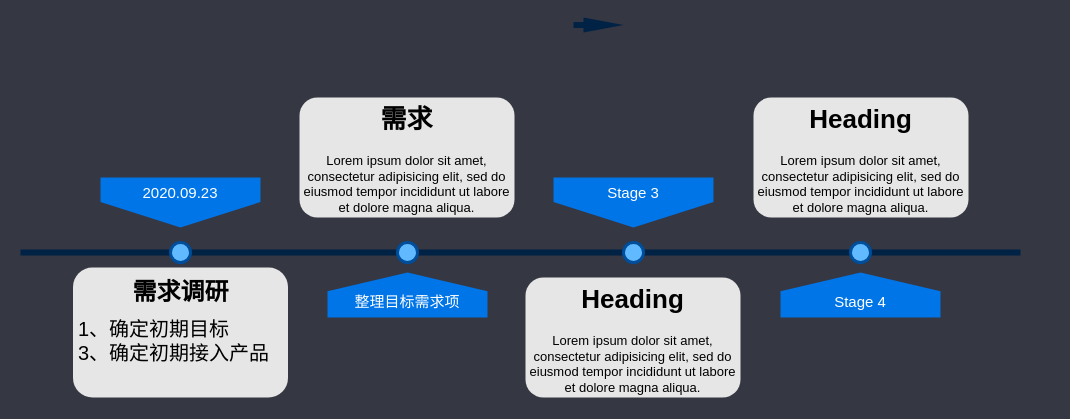
This is page "计划-时间节点" (4 of 6) of files/业务流转.drawio from hezhongfeng/DRAWIO, a draw.io file, before an edit. Source tidied: cells renumbered, new cells numbered last; positions are measured from the earlier drawing's top-left corner, leaving out a move shared by most shapes. Both pictures are drawn from the tidied source at 100%, with x=0, y=0 at pixel (20, 17).
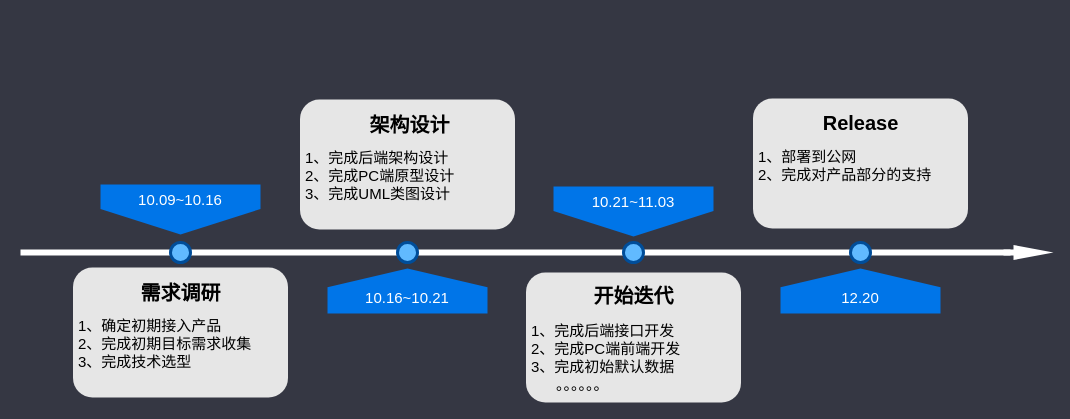
Above is the later version.

Diff of the diagram source:
```diff
@@
 <mxGraphModel background="#353743">
   <root>
     <mxCell id="0" />
     <mxCell id="1" parent="0" />
-    <mxCell id="2" style="line;strokeWidth=6;html=1;fillColor=none;fontSize=28;fontColor=#004D99;strokeColor=#002245;" parent="1" vertex="1">
-      <mxGeometry y="230" width="1000" height="10" as="geometry" />
+    <mxCell id="2" style="line;strokeWidth=6;html=1;fillColor=none;fontSize=28;fontColor=#004D99;strokeColor=#FFFFFF;" parent="1" vertex="1">
+      <mxGeometry y="230" width="990" height="10" as="geometry" />
     </mxCell>
-    <mxCell id="3" value="2020.09.23" style="shape=offPageConnector;whiteSpace=wrap;html=1;fillColor=#0075E8;fontSize=15;fontColor=#FFFFFF;size=0.5093750000000015;verticalAlign=top;strokeColor=none;" parent="1" vertex="1">
-      <mxGeometry x="80" y="160" width="160" height="50" as="geometry" />
+    <mxCell id="3" value="10.09~10.16" style="shape=offPageConnector;whiteSpace=wrap;html=1;fillColor=#0075E8;fontSize=15;fontColor=#FFFFFF;size=0.5093750000000015;verticalAlign=top;strokeColor=none;" parent="1" vertex="1">
+      <mxGeometry x="80" y="167" width="160" height="50" as="geometry" />
     </mxCell>
-    <mxCell id="4" value="&lt;span&gt;Stage 3&lt;/span&gt;" style="shape=offPageConnector;whiteSpace=wrap;html=1;fillColor=#0075E8;fontSize=15;fontColor=#FFFFFF;size=0.5093750000000015;verticalAlign=top;strokeColor=none;" parent="1" vertex="1">
-      <mxGeometry x="533" y="160" width="160" height="50" as="geometry" />
+    <mxCell id="4" value="10.21~11.03" style="shape=offPageConnector;whiteSpace=wrap;html=1;fillColor=#0075E8;fontSize=15;fontColor=#FFFFFF;size=0.5093750000000015;verticalAlign=top;strokeColor=none;" parent="1" vertex="1">
+      <mxGeometry x="533" y="169" width="160" height="50" as="geometry" />
     </mxCell>
-    <mxCell id="5" value="&lt;span&gt;整理目标需求项&lt;/span&gt;" style="shape=offPageConnector;whiteSpace=wrap;html=1;fillColor=#0075E8;fontSize=15;fontColor=#FFFFFF;size=0.4178571428571445;flipV=1;verticalAlign=bottom;strokeColor=none;spacingBottom=4;" parent="1" vertex="1">
-      <mxGeometry x="307" y="255" width="160" height="45" as="geometry" />
+    <mxCell id="5" value="10.16~10.21" style="shape=offPageConnector;whiteSpace=wrap;html=1;fillColor=#0075E8;fontSize=15;fontColor=#FFFFFF;size=0.4178571428571445;flipV=1;verticalAlign=bottom;strokeColor=none;spacingBottom=4;" parent="1" vertex="1">
+      <mxGeometry x="307" y="251" width="160" height="45" as="geometry" />
     </mxCell>
-    <mxCell id="6" value="&lt;span&gt;Stage 4&lt;/span&gt;" style="shape=offPageConnector;whiteSpace=wrap;html=1;fillColor=#0075E8;fontSize=15;fontColor=#FFFFFF;size=0.4178571428571445;flipV=1;verticalAlign=bottom;strokeColor=none;spacingBottom=4;" parent="1" vertex="1">
-      <mxGeometry x="760" y="255" width="160" height="45" as="geometry" />
+    <mxCell id="6" value="&lt;span&gt;12.20&lt;/span&gt;" style="shape=offPageConnector;whiteSpace=wrap;html=1;fillColor=#0075E8;fontSize=15;fontColor=#FFFFFF;size=0.4178571428571445;flipV=1;verticalAlign=bottom;strokeColor=none;spacingBottom=4;" parent="1" vertex="1">
+      <mxGeometry x="760" y="251" width="160" height="45" as="geometry" />
     </mxCell>
     <mxCell id="7" style="ellipse;whiteSpace=wrap;html=1;fillColor=#61BAFF;fontSize=28;fontColor=#004D99;strokeWidth=3;strokeColor=#004D99;" parent="1" vertex="1">
       <mxGeometry x="150" y="225" width="20" height="20" as="geometry" />
     </mxCell>
     <mxCell id="8" style="ellipse;whiteSpace=wrap;html=1;fillColor=#61BAFF;fontSize=28;fontColor=#004D99;strokeWidth=3;strokeColor=#004D99;" parent="1" vertex="1">
       <mxGeometry x="377" y="225" width="20" height="20" as="geometry" />
     </mxCell>
     <mxCell id="9" style="ellipse;whiteSpace=wrap;html=1;fillColor=#61BAFF;fontSize=28;fontColor=#004D99;strokeWidth=3;strokeColor=#004D99;" parent="1" vertex="1">
       <mxGeometry x="603" y="225" width="20" height="20" as="geometry" />
     </mxCell>
     <mxCell id="10" style="ellipse;whiteSpace=wrap;html=1;fillColor=#61BAFF;fontSize=28;fontColor=#004D99;strokeWidth=3;strokeColor=#004D99;" parent="1" vertex="1">
       <mxGeometry x="830" y="225" width="20" height="20" as="geometry" />
     </mxCell>
-    <mxCell id="11" value="1、确定初期目标&lt;br style=&quot;font-size: 20px&quot;&gt;3、确定初期接入产品" style="text;spacing=5;spacingTop=40;overflow=hidden;strokeColor=none;strokeWidth=1;fillColor=#E6E6E6;fontSize=20;fontColor=#000000;align=left;rounded=1;verticalAlign=top;labelPosition=center;verticalLabelPosition=middle;labelBorderColor=none;whiteSpace=wrap;html=1;" parent="1" vertex="1">
+    <mxCell id="11" value="1、确定初期接入产品&lt;br style=&quot;font-size: 15px&quot;&gt;2、完成初期目标需求收集&lt;br style=&quot;font-size: 15px&quot;&gt;3、完成技术选型" style="text;spacing=5;spacingTop=40;overflow=hidden;strokeColor=none;strokeWidth=1;fillColor=#E6E6E6;fontSize=15;fontColor=#000000;align=left;rounded=1;verticalAlign=top;labelPosition=center;verticalLabelPosition=middle;labelBorderColor=none;whiteSpace=wrap;html=1;" parent="1" vertex="1">
       <mxGeometry x="52.5" y="250" width="215" height="130" as="geometry" />
     </mxCell>
-    <mxCell id="12" value="&lt;h1&gt;需求&lt;/h1&gt;&lt;p&gt;Lorem ipsum dolor sit amet, consectetur adipisicing elit, sed do eiusmod tempor incididunt ut labore et dolore magna aliqua.&lt;/p&gt;" style="text;html=1;spacing=5;spacingTop=-20;whiteSpace=wrap;overflow=hidden;strokeColor=none;strokeWidth=3;fillColor=#E6E6E6;fontSize=13;fontColor=#000000;align=center;rounded=1;" parent="1" vertex="1">
-      <mxGeometry x="279" y="80" width="215" height="120" as="geometry" />
-    </mxCell>
-    <mxCell id="13" value="&lt;h1&gt;Heading&lt;/h1&gt;&lt;p&gt;Lorem ipsum dolor sit amet, consectetur adipisicing elit, sed do eiusmod tempor incididunt ut labore et dolore magna aliqua.&lt;/p&gt;" style="text;html=1;spacing=5;spacingTop=-20;whiteSpace=wrap;overflow=hidden;strokeColor=none;strokeWidth=3;fillColor=#E6E6E6;fontSize=13;fontColor=#000000;align=center;rounded=1;" parent="1" vertex="1">
-      <mxGeometry x="505" y="260" width="215" height="120" as="geometry" />
-    </mxCell>
-    <mxCell id="14" value="&lt;h1&gt;Heading&lt;/h1&gt;&lt;p&gt;Lorem ipsum dolor sit amet, consectetur adipisicing elit, sed do eiusmod tempor incididunt ut labore et dolore magna aliqua.&lt;/p&gt;" style="text;html=1;spacing=5;spacingTop=-20;whiteSpace=wrap;overflow=hidden;strokeColor=none;strokeWidth=3;fillColor=#E6E6E6;fontSize=13;fontColor=#000000;align=center;rounded=1;" parent="1" vertex="1">
-      <mxGeometry x="733" y="80" width="215" height="120" as="geometry" />
-    </mxCell>
-    <mxCell id="15" style="html=1;shadow=0;dashed=0;align=center;verticalAlign=middle;shape=mxgraph.arrows2.arrow;dy=0.6;dx=40;notch=0;strokeWidth=6;strokeColor=none;fillColor=#002245;" parent="1" vertex="1">
-      <mxGeometry x="553" width="50" height="15" as="geometry" />
+    <mxCell id="15" style="html=1;shadow=0;dashed=0;align=center;verticalAlign=middle;shape=mxgraph.arrows2.arrow;dy=0.6;dx=40;notch=0;strokeWidth=6;strokeColor=none;fillColor=#FFFFFF;" parent="1" vertex="1">
+      <mxGeometry x="983" y="227.5" width="50" height="15" as="geometry" />
     </mxCell>
-    <mxCell id="16" value="&lt;h1&gt;需求调研&lt;/h1&gt;" style="text;html=1;strokeColor=none;fillColor=none;align=center;verticalAlign=middle;whiteSpace=wrap;rounded=0;" parent="1" vertex="1">
+    <mxCell id="16" value="&lt;h1 style=&quot;font-size: 20px;&quot;&gt;需求调研&lt;/h1&gt;" style="text;html=1;strokeColor=none;fillColor=none;align=center;verticalAlign=middle;whiteSpace=wrap;rounded=0;fontSize=20;" parent="1" vertex="1">
       <mxGeometry x="103.5" y="265" width="113" height="20" as="geometry" />
     </mxCell>
+    <mxCell id="17" value="1、完成后端架构设计&lt;br style=&quot;font-size: 15px&quot;&gt;2、完成PC端原型设计&lt;br style=&quot;font-size: 15px&quot;&gt;3、完成UML类图设计" style="text;spacing=5;spacingTop=40;overflow=hidden;strokeColor=none;strokeWidth=1;fillColor=#E6E6E6;fontSize=15;fontColor=#000000;align=left;rounded=1;verticalAlign=top;labelPosition=center;verticalLabelPosition=middle;labelBorderColor=none;whiteSpace=wrap;html=1;" parent="1" vertex="1">
+      <mxGeometry x="279.5" y="82" width="215" height="130" as="geometry" />
+    </mxCell>
+    <mxCell id="18" value="1、完成后端接口开发&lt;br style=&quot;font-size: 15px&quot;&gt;2、完成PC端前端开发&lt;br style=&quot;font-size: 15px&quot;&gt;3、完成初始默认数据&lt;br&gt;&amp;nbsp; &amp;nbsp; &amp;nbsp; 。。。。。。" style="text;spacing=5;spacingTop=40;overflow=hidden;strokeColor=none;strokeWidth=1;fillColor=#E6E6E6;fontSize=15;fontColor=#000000;align=left;rounded=1;verticalAlign=top;labelPosition=center;verticalLabelPosition=middle;labelBorderColor=none;whiteSpace=wrap;html=1;" parent="1" vertex="1">
+      <mxGeometry x="505.5" y="255" width="215" height="130" as="geometry" />
+    </mxCell>
+    <mxCell id="19" value="1、部署到公网&lt;br&gt;2、完成对产品部分的支持" style="text;spacing=5;spacingTop=40;overflow=hidden;strokeColor=none;strokeWidth=1;fillColor=#E6E6E6;fontSize=15;fontColor=#000000;align=left;rounded=1;verticalAlign=top;labelPosition=center;verticalLabelPosition=middle;labelBorderColor=none;whiteSpace=wrap;html=1;" parent="1" vertex="1">
+      <mxGeometry x="732.5" y="81" width="215" height="130" as="geometry" />
+    </mxCell>
+    <mxCell id="20" value="&lt;h1 style=&quot;font-size: 20px&quot;&gt;架构设计&lt;/h1&gt;" style="text;html=1;strokeColor=none;fillColor=none;align=center;verticalAlign=middle;whiteSpace=wrap;rounded=0;fontSize=20;" parent="1" vertex="1">
+      <mxGeometry x="318" y="97" width="143" height="20" as="geometry" />
+    </mxCell>
+    <mxCell id="21" value="&lt;h1 style=&quot;font-size: 20px&quot;&gt;开始迭代&lt;/h1&gt;" style="text;html=1;strokeColor=none;fillColor=none;align=center;verticalAlign=middle;whiteSpace=wrap;rounded=0;fontSize=20;" parent="1" vertex="1">
+      <mxGeometry x="556.5" y="267.5" width="113" height="20" as="geometry" />
+    </mxCell>
+    <mxCell id="22" value="&lt;h1&gt;&lt;span style=&quot;font-size: 20px&quot;&gt;Release&lt;/span&gt;&lt;br&gt;&lt;/h1&gt;" style="text;html=1;strokeColor=none;fillColor=none;align=center;verticalAlign=middle;whiteSpace=wrap;rounded=0;fontSize=20;" parent="1" vertex="1">
+      <mxGeometry x="783.5" y="88" width="113" height="20" as="geometry" />
+    </mxCell>
   </root>
 </mxGraphModel>
```
